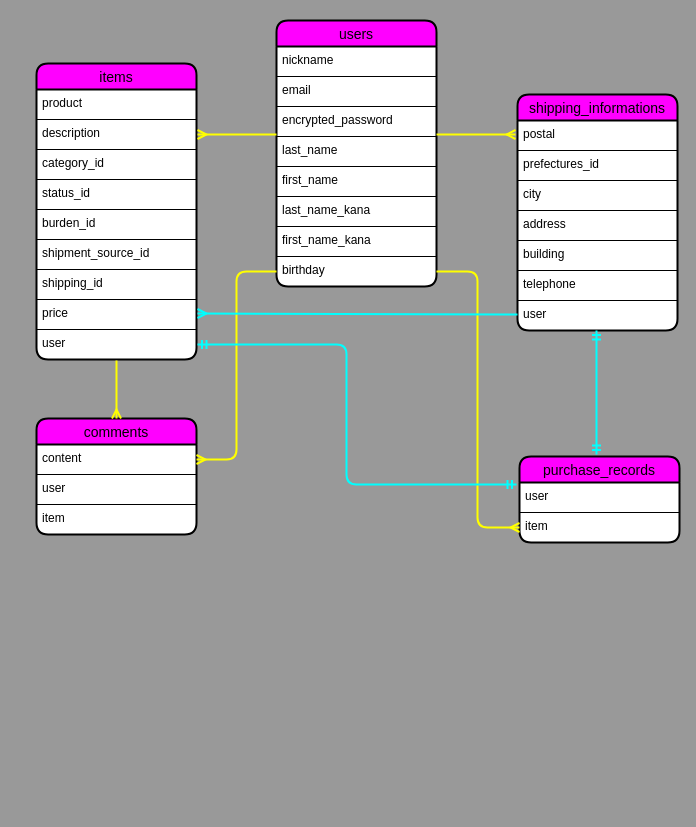
ko-dai0404/furima-37742 keeps this draw.io diagram as table.dio. Above is the earlier version. Source tidied: cells renumbered, new cells numbered last; positions are measured from the earlier drawing's top-left corner, leaving out a move shared by most shapes. Both pictures are drawn from the tidied source at 100%, with x=0, y=0 at pixel (36, 20).
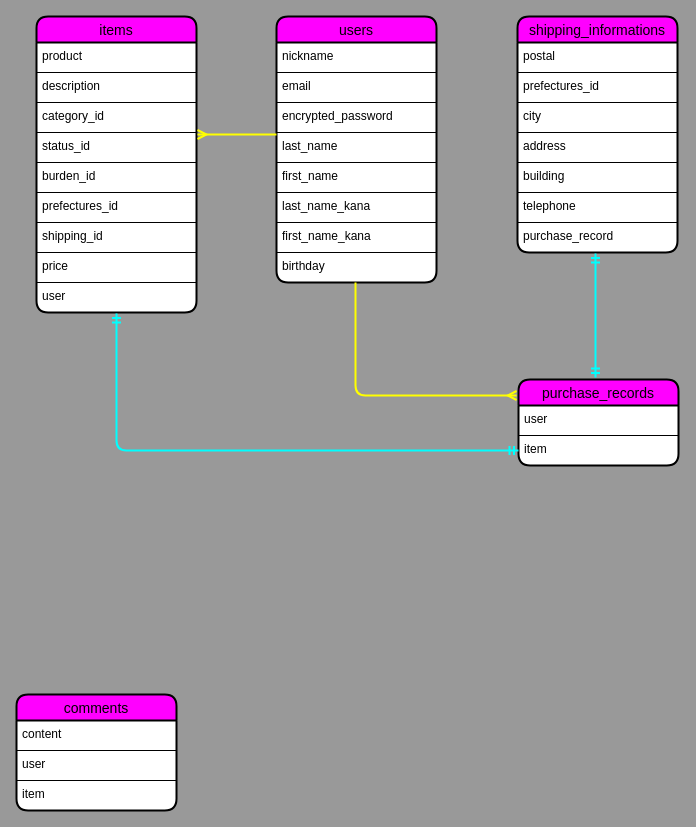
The same page after the edit.

Commit message (it also covers changes not shown here):
ER図とREADME.mdの修正２

The change refers to these unchanged cells:
```xml
<mxCell id="10" value="birthday" style="text;strokeColor=none;fillColor=none;spacingLeft=4;spacingRight=4;overflow=hidden;points=[[0,0.5],[1,0.5]];portConstraint=eastwest;fontSize=12;" parent="2" vertex="1">
  <mxGeometry y="236" width="160" height="30" as="geometry" />
</mxCell>
<mxCell id="12" value="content" style="text;strokeColor=default;fillColor=none;spacingLeft=4;spacingRight=4;overflow=hidden;points=[[0,0.5],[1,0.5]];portConstraint=eastwest;fontSize=12;" parent="11" vertex="1">
  <mxGeometry y="26" width="160" height="30" as="geometry" />
</mxCell>
<mxCell id="24" value="user" style="text;strokeColor=none;fillColor=none;spacingLeft=4;spacingRight=4;overflow=hidden;points=[[0,0.5],[1,0.5]];portConstraint=eastwest;fontSize=12;perimeterSpacing=1;" parent="15" vertex="1">
  <mxGeometry y="266" width="160" height="30" as="geometry" />
</mxCell>
<mxCell id="27" value="item" style="text;strokeColor=none;fillColor=none;spacingLeft=4;spacingRight=4;overflow=hidden;points=[[0,0.5],[1,0.5]];portConstraint=eastwest;fontSize=12;rounded=0;" parent="25" vertex="1">
  <mxGeometry y="56" width="160" height="30" as="geometry" />
</mxCell>
```

The edit, as a diff of the source:
```diff
@@
     <mxCell id="2" value="users" style="swimlane;fontStyle=0;horizontal=1;startSize=26;align=center;fontSize=14;swimlaneFillColor=default;rounded=1;shadow=0;glass=0;sketch=0;strokeWidth=2;perimeterSpacing=0;fillColor=#FF00FF;strokeColor=#000000;" parent="1" vertex="1">
-      <mxGeometry x="240" width="160" height="266" as="geometry" />
+      <mxGeometry x="240" y="-4" width="160" height="266" as="geometry" />
     </mxCell>
@@
     <mxCell id="11" value="comments" style="swimlane;fontStyle=0;horizontal=1;startSize=26;align=center;fontSize=14;swimlaneFillColor=default;rounded=1;shadow=0;glass=0;sketch=0;strokeWidth=2;perimeterSpacing=0;fillColor=#FF00FF;strokeColor=#000000;" parent="1" vertex="1">
-      <mxGeometry y="398" width="160" height="116" as="geometry" />
+      <mxGeometry x="-20" y="674" width="160" height="116" as="geometry" />
     </mxCell>
@@
     <mxCell id="15" value="items" style="swimlane;fontStyle=0;horizontal=1;startSize=26;align=center;fontSize=14;swimlaneFillColor=default;rounded=1;shadow=0;glass=0;sketch=0;strokeWidth=2;perimeterSpacing=0;fillColor=#FF00FF;strokeColor=#000000;" parent="1" vertex="1">
-      <mxGeometry y="43" width="160" height="296" as="geometry" />
+      <mxGeometry y="-4" width="160" height="296" as="geometry" />
     </mxCell>
@@
-    <mxCell id="21" value="shipment_source_id" style="text;strokeColor=default;fillColor=none;spacingLeft=4;spacingRight=4;overflow=hidden;fontSize=12;perimeterSpacing=1;" parent="15" vertex="1">
+    <mxCell id="21" value="prefectures_id" style="text;strokeColor=default;fillColor=none;spacingLeft=4;spacingRight=4;overflow=hidden;fontSize=12;perimeterSpacing=1;" parent="15" vertex="1">
       <mxGeometry y="176" width="160" height="30" as="geometry" />
     </mxCell>
@@
     <mxCell id="25" value="purchase_records" style="swimlane;fontStyle=0;horizontal=1;startSize=26;align=center;fontSize=14;swimlaneFillColor=default;rounded=1;shadow=0;glass=0;sketch=0;strokeWidth=2;perimeterSpacing=0;fillColor=#FF00FF;strokeColor=#000000;" parent="1" vertex="1">
-      <mxGeometry x="483" y="436" width="160" height="86" as="geometry" />
+      <mxGeometry x="482" y="359" width="160" height="86" as="geometry" />
     </mxCell>
@@
     <mxCell id="28" value="shipping_informations" style="swimlane;fontStyle=0;horizontal=1;startSize=26;align=center;fontSize=14;swimlaneFillColor=default;rounded=1;shadow=0;glass=0;sketch=0;strokeWidth=2;perimeterSpacing=0;fillColor=#FF00FF;strokeColor=#000000;" parent="1" vertex="1">
-      <mxGeometry x="481" y="74" width="160" height="236" as="geometry" />
+      <mxGeometry x="481" y="-4" width="160" height="236" as="geometry" />
     </mxCell>
@@
-    <mxCell id="35" value="user" style="text;strokeColor=none;fillColor=none;spacingLeft=4;spacingRight=4;overflow=hidden;fontSize=12;" parent="28" vertex="1">
+    <mxCell id="35" value="purchase_record" style="text;strokeColor=none;fillColor=none;spacingLeft=4;spacingRight=4;overflow=hidden;fontSize=12;" parent="28" vertex="1">
       <mxGeometry y="206" width="160" height="30" as="geometry" />
     </mxCell>
@@
-    <mxCell id="37" style="fontSize=12;html=1;endArrow=ERmany;strokeColor=#FFFF00;strokeWidth=2;" parent="1" edge="1">
-      <mxGeometry relative="1" as="geometry">
-        <mxPoint x="80" y="340" as="sourcePoint" />
-        <mxPoint x="80" y="398" as="targetPoint" />
-      </mxGeometry>
-    </mxCell>
-    <mxCell id="38" style="fontSize=12;html=1;endArrow=ERmany;strokeColor=#FFFF00;strokeWidth=2;entryX=1;entryY=0.5;entryDx=0;entryDy=0;edgeStyle=orthogonalEdgeStyle;elbow=vertical;exitX=0;exitY=0.5;exitDx=0;exitDy=0;" parent="1" edge="1" source="10" target="12">
-      <mxGeometry relative="1" as="geometry">
-        <Array as="points">
-          <mxPoint x="200" y="251" />
-          <mxPoint x="200" y="439" />
-        </Array>
-      </mxGeometry>
-    </mxCell>
-    <mxCell id="39" style="fontSize=12;html=1;endArrow=ERmany;strokeColor=#FFFF00;strokeWidth=2;exitX=0;exitY=0.133;exitDx=0;exitDy=0;exitPerimeter=0;" parent="1" edge="1">
-      <mxGeometry relative="1" as="geometry">
-        <mxPoint x="400" y="114" as="sourcePoint" />
-        <mxPoint x="479" y="114" as="targetPoint" />
-      </mxGeometry>
-    </mxCell>
-    <mxCell id="40" style="fontSize=12;html=1;endArrow=ERmany;strokeColor=#FFFF00;strokeWidth=2;edgeStyle=orthogonalEdgeStyle;elbow=vertical;entryX=0;entryY=0.5;entryDx=0;entryDy=0;exitX=1;exitY=0.5;exitDx=0;exitDy=0;" parent="1" edge="1" source="10" target="27">
-      <mxGeometry relative="1" as="geometry">
-        <Array as="points">
-          <mxPoint x="441" y="251" />
-          <mxPoint x="441" y="507" />
-        </Array>
-      </mxGeometry>
-    </mxCell>
-    <mxCell id="41" style="edgeStyle=orthogonalEdgeStyle;fontSize=12;html=1;endArrow=ERmandOne;startArrow=ERmandOne;strokeColor=#00FFFF;strokeWidth=2;elbow=vertical;exitX=1;exitY=0.5;exitDx=0;exitDy=0;" parent="1" edge="1" source="24">
+    <mxCell id="41" style="edgeStyle=orthogonalEdgeStyle;fontSize=12;html=1;endArrow=ERmandOne;startArrow=ERmandOne;strokeColor=#00FFFF;strokeWidth=2;elbow=vertical;entryX=0;entryY=0.5;entryDx=0;entryDy=0;" parent="1" edge="1" target="27">
       <mxGeometry relative="1" as="geometry">
-        <mxPoint x="480" y="464" as="targetPoint" />
+        <mxPoint x="80" y="293" as="sourcePoint" />
         <Array as="points">
-          <mxPoint x="310" y="324" />
-          <mxPoint x="310" y="464" />
+          <mxPoint x="80" y="430" />
         </Array>
       </mxGeometry>
     </mxCell>
-    <mxCell id="42" style="fontSize=12;html=1;endArrow=ERmany;strokeColor=#00FFFF;strokeWidth=2;exitX=0;exitY=0.133;exitDx=0;exitDy=0;exitPerimeter=0;entryX=0;entryY=0.5;entryDx=0;entryDy=0;" parent="1" edge="1">
-      <mxGeometry relative="1" as="geometry">
-        <mxPoint x="481" y="294" as="sourcePoint" />
-        <mxPoint x="161" y="293" as="targetPoint" />
-      </mxGeometry>
-    </mxCell>
     <mxCell id="43" style="fontSize=12;html=1;endArrow=ERmandOne;startArrow=ERmandOne;strokeColor=#00FFFF;strokeWidth=2;" parent="1" edge="1">
       <mxGeometry relative="1" as="geometry">
-        <mxPoint x="560" y="434" as="sourcePoint" />
-        <mxPoint x="560" y="310" as="targetPoint" />
+        <mxPoint x="559" y="357" as="sourcePoint" />
+        <mxPoint x="559" y="233" as="targetPoint" />
       </mxGeometry>
     </mxCell>
+    <mxCell id="44" style="fontSize=12;html=1;endArrow=ERmany;strokeColor=#FFFF00;strokeWidth=2;edgeStyle=orthogonalEdgeStyle;exitX=0.5;exitY=1.167;exitDx=0;exitDy=0;exitPerimeter=0;entryX=-0.012;entryY=0.186;entryDx=0;entryDy=0;entryPerimeter=0;" parent="1" edge="1" target="25">
+      <mxGeometry relative="1" as="geometry">
+        <mxPoint x="319" y="262" as="sourcePoint" />
+        <Array as="points">
+          <mxPoint x="319" y="375" />
+        </Array>
+      </mxGeometry>
+    </mxCell>
```
